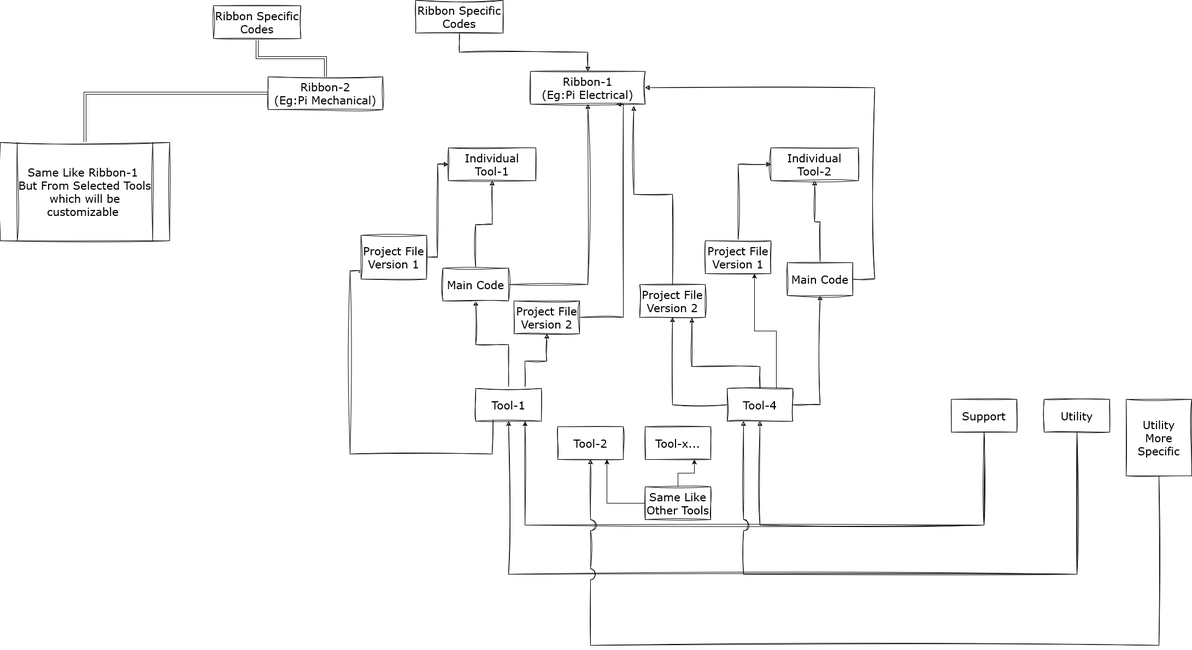
Earlier version of the draw.io export Docs/GitHub Structure Brainstorming.drawio.png (Pinnacle-Sahin/Pinnacle-Sahin). Source tidied: cells renumbered, new cells last; positions are measured from the earlier drawing's top-left corner, leaving out a move shared by most shapes.
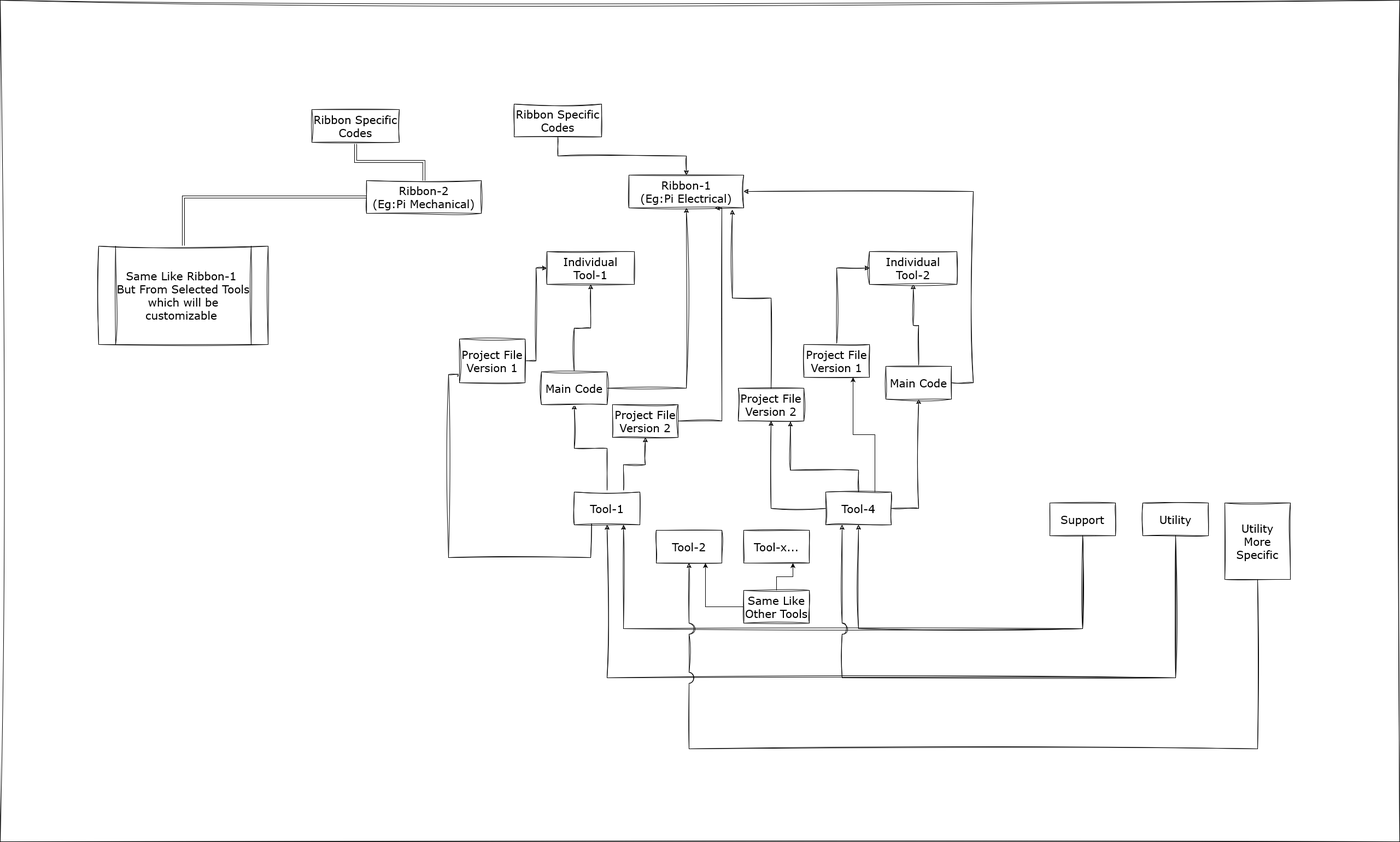
After the commit.

Change to the diagram source:
```diff
@@ -2,6 +2,9 @@
   <root>
     <mxCell id="0" />
     <mxCell id="1" parent="0" />
+    <mxCell id="48" style="rounded=0;whiteSpace=wrap;html=1;sketch=1;hachureGap=4;jiggle=2;curveFitting=1;fontFamily=Architects Daughter;fontSource=https%3A%2F%2Ffonts.googleapis.com%2Fcss%3Ffamily%3DArchitects%2BDaughter;fontSize=20;" parent="1" vertex="1">
+      <mxGeometry x="-180" y="-190" width="2560" height="1540" as="geometry" />
+    </mxCell>
     <mxCell id="2" value="Tool-2" style="rounded=0;whiteSpace=wrap;html=1;sketch=1;hachureGap=4;jiggle=2;curveFitting=1;fontFamily=Verdana;fontSize=20;horizontal=1;" parent="1" vertex="1">
       <mxGeometry x="1020" y="780" width="120" height="60" as="geometry" />
     </mxCell>
```
